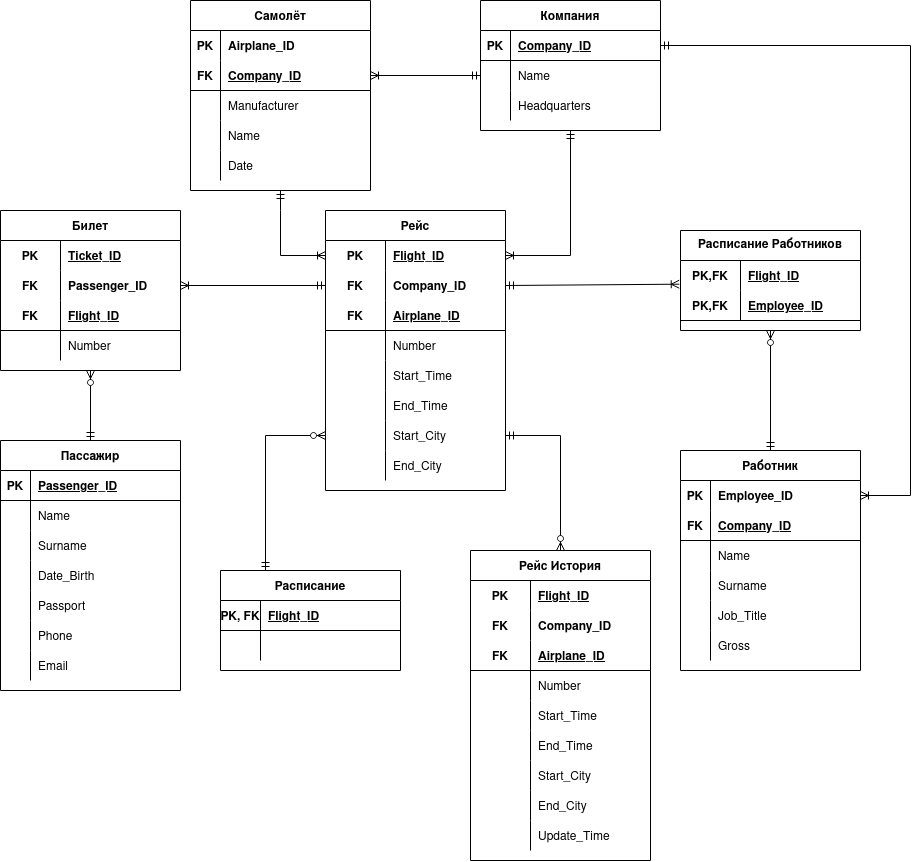
This is 2bc/2bcScheme.png from OFFdevil/HSE3_DATABASES_PROJECT_PLOTNIKOV_DANIIL, a draw.io export, as it was before one commit. Source tidied: cells renumbered, new cells last; positions are measured from the earlier drawing's top-left corner, leaving out a move shared by most shapes.
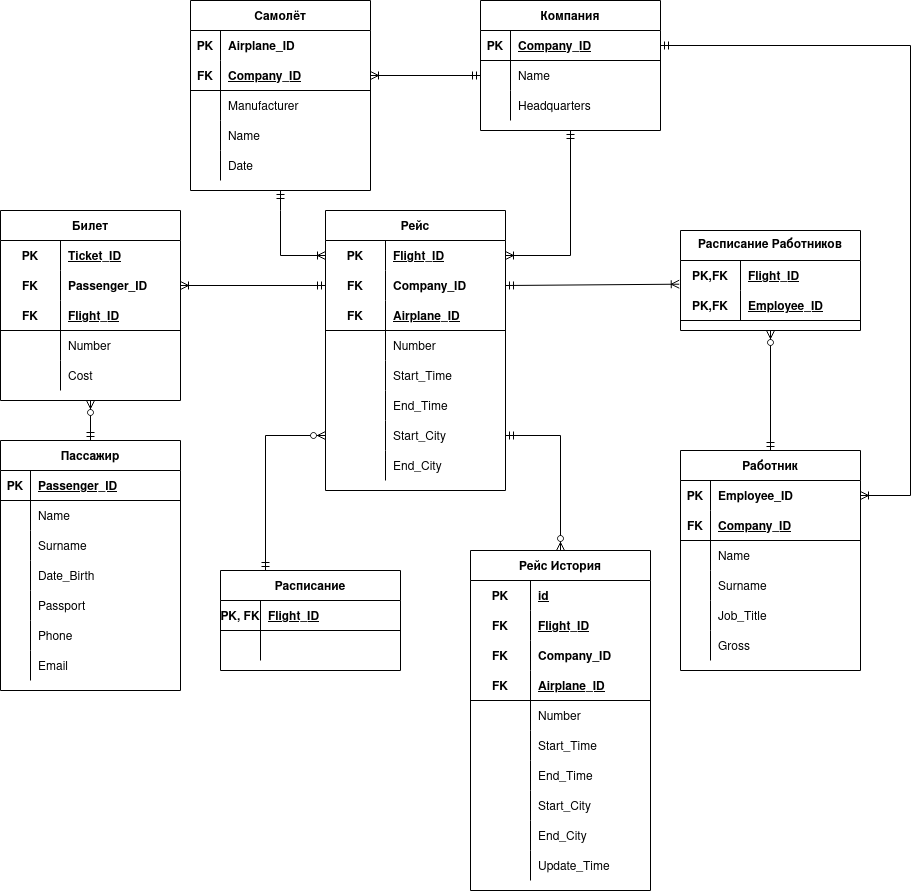
After the change.

Change to the diagram source:
```diff
@@ -78,7 +78,7 @@
       <mxGeometry x="60" width="120" height="30" as="geometry" />
     </mxCell>
     <mxCell id="27" value="Билет" style="shape=table;startSize=30;rowLines=0;fontStyle=1;align=center;" parent="1" vertex="1">
-      <mxGeometry y="210" width="180" height="160" as="geometry" />
+      <mxGeometry y="210" width="180" height="190" as="geometry" />
     </mxCell>
     <mxCell id="28" style="shape=tableRow;horizontal=0;startSize=0;swimlaneHead=0;swimlaneBody=0;fillColor=none;top=0;left=0;right=0;bottom=0;" parent="27" vertex="1">
       <mxGeometry y="30" width="180" height="30" as="geometry" />
@@ -116,6 +116,15 @@
     <mxCell id="39" value="Number" style="shape=partialRectangle;fillColor=none;top=0;left=0;bottom=0;right=0;align=left;spacingLeft=6;overflow=hidden;" parent="37" vertex="1">
       <mxGeometry x="60" width="120" height="30" as="geometry" />
     </mxCell>
+    <mxCell id="159" style="shape=tableRow;horizontal=0;startSize=0;swimlaneHead=0;swimlaneBody=0;fillColor=none;top=0;left=0;right=0;bottom=0;" parent="27" vertex="1">
+      <mxGeometry y="150" width="180" height="30" as="geometry" />
+    </mxCell>
+    <mxCell id="160" style="shape=partialRectangle;fillColor=none;top=0;left=0;bottom=0;right=0;overflow=hidden;" parent="159" vertex="1">
+      <mxGeometry width="60" height="30" as="geometry" />
+    </mxCell>
+    <mxCell id="161" value="Cost" style="shape=partialRectangle;fillColor=none;top=0;left=0;bottom=0;right=0;align=left;spacingLeft=6;overflow=hidden;" parent="159" vertex="1">
+      <mxGeometry x="60" width="120" height="30" as="geometry" />
+    </mxCell>
     <mxCell id="40" value="Пассажир" style="shape=table;startSize=30;rowLines=0;fontStyle=1;align=center;" parent="1" vertex="1">
       <mxGeometry y="440" width="180" height="250" as="geometry" />
     </mxCell>
@@ -398,19 +407,28 @@
       <mxGeometry relative="1" as="geometry" />
     </mxCell>
     <mxCell id="130" value="Рейс История" style="shape=table;startSize=30;rowLines=0;fontStyle=1;align=center;" parent="1" vertex="1">
-      <mxGeometry x="470" y="550" width="180" height="310" as="geometry" />
+      <mxGeometry x="470" y="550" width="180" height="340" as="geometry" />
     </mxCell>
+    <mxCell id="162" style="shape=tableRow;horizontal=0;startSize=0;swimlaneHead=0;swimlaneBody=0;fillColor=none;top=0;left=0;right=0;bottom=0;" parent="130" vertex="1">
+      <mxGeometry y="30" width="180" height="30" as="geometry" />
+    </mxCell>
+    <mxCell id="163" value="PK" style="shape=partialRectangle;fillColor=none;top=0;left=0;bottom=0;right=0;fontStyle=1;overflow=hidden;" parent="162" vertex="1">
+      <mxGeometry width="60" height="30" as="geometry" />
+    </mxCell>
+    <mxCell id="164" value="id" style="shape=partialRectangle;fillColor=none;top=0;left=0;bottom=0;right=0;align=left;spacingLeft=6;fontStyle=5;overflow=hidden;" parent="162" vertex="1">
+      <mxGeometry x="60" width="120" height="30" as="geometry" />
+    </mxCell>
     <mxCell id="131" style="shape=tableRow;horizontal=0;startSize=0;swimlaneHead=0;swimlaneBody=0;fillColor=none;top=0;left=0;right=0;bottom=0;" parent="130" vertex="1">
-      <mxGeometry y="30" width="180" height="30" as="geometry" />
+      <mxGeometry y="60" width="180" height="30" as="geometry" />
     </mxCell>
-    <mxCell id="132" value="PK" style="shape=partialRectangle;fillColor=none;top=0;left=0;bottom=0;right=0;fontStyle=1;overflow=hidden;" parent="131" vertex="1">
+    <mxCell id="132" value="FK" style="shape=partialRectangle;fillColor=none;top=0;left=0;bottom=0;right=0;fontStyle=1;overflow=hidden;" parent="131" vertex="1">
       <mxGeometry width="60" height="30" as="geometry" />
     </mxCell>
     <mxCell id="133" value="Flight_ID" style="shape=partialRectangle;fillColor=none;top=0;left=0;bottom=0;right=0;align=left;spacingLeft=6;fontStyle=5;overflow=hidden;" parent="131" vertex="1">
       <mxGeometry x="60" width="120" height="30" as="geometry" />
     </mxCell>
     <mxCell id="134" style="shape=tableRow;horizontal=0;startSize=0;swimlaneHead=0;swimlaneBody=0;fillColor=none;top=0;left=0;right=0;bottom=0;fontStyle=1;" parent="130" vertex="1">
-      <mxGeometry y="60" width="180" height="30" as="geometry" />
+      <mxGeometry y="90" width="180" height="30" as="geometry" />
     </mxCell>
     <mxCell id="135" value="FK" style="shape=partialRectangle;fillColor=none;top=0;left=0;bottom=0;right=0;overflow=hidden;fontStyle=1;" parent="134" vertex="1">
       <mxGeometry width="60" height="30" as="geometry" />
@@ -419,7 +437,7 @@
       <mxGeometry x="60" width="120" height="30" as="geometry" />
     </mxCell>
     <mxCell id="137" style="shape=tableRow;horizontal=0;startSize=0;swimlaneHead=0;swimlaneBody=0;fillColor=none;top=0;left=0;right=0;bottom=1;" parent="130" vertex="1">
-      <mxGeometry y="90" width="180" height="30" as="geometry" />
+      <mxGeometry y="120" width="180" height="30" as="geometry" />
     </mxCell>
     <mxCell id="138" value="FK" style="shape=partialRectangle;fillColor=none;top=0;left=0;bottom=0;right=0;fontStyle=1;overflow=hidden;" parent="137" vertex="1">
       <mxGeometry width="60" height="30" as="geometry" />
@@ -428,7 +446,7 @@
       <mxGeometry x="60" width="120" height="30" as="geometry" />
     </mxCell>
     <mxCell id="140" style="shape=tableRow;horizontal=0;startSize=0;swimlaneHead=0;swimlaneBody=0;fillColor=none;top=0;left=0;right=0;bottom=0;" parent="130" vertex="1">
-      <mxGeometry y="120" width="180" height="30" as="geometry" />
+      <mxGeometry y="150" width="180" height="30" as="geometry" />
     </mxCell>
     <mxCell id="141" style="shape=partialRectangle;fillColor=none;top=0;left=0;bottom=0;right=0;overflow=hidden;" parent="140" vertex="1">
       <mxGeometry width="60" height="30" as="geometry" />
@@ -437,7 +455,7 @@
       <mxGeometry x="60" width="120" height="30" as="geometry" />
     </mxCell>
     <mxCell id="143" style="shape=tableRow;horizontal=0;startSize=0;swimlaneHead=0;swimlaneBody=0;fillColor=none;top=0;left=0;right=0;bottom=0;" parent="130" vertex="1">
-      <mxGeometry y="150" width="180" height="30" as="geometry" />
+      <mxGeometry y="180" width="180" height="30" as="geometry" />
     </mxCell>
     <mxCell id="144" style="shape=partialRectangle;fillColor=none;top=0;left=0;bottom=0;right=0;overflow=hidden;" parent="143" vertex="1">
       <mxGeometry width="60" height="30" as="geometry" />
@@ -446,7 +464,7 @@
       <mxGeometry x="60" width="120" height="30" as="geometry" />
     </mxCell>
     <mxCell id="146" style="shape=tableRow;horizontal=0;startSize=0;swimlaneHead=0;swimlaneBody=0;fillColor=none;top=0;left=0;right=0;bottom=0;" parent="130" vertex="1">
-      <mxGeometry y="180" width="180" height="30" as="geometry" />
+      <mxGeometry y="210" width="180" height="30" as="geometry" />
     </mxCell>
     <mxCell id="147" style="shape=partialRectangle;fillColor=none;top=0;left=0;bottom=0;right=0;overflow=hidden;" parent="146" vertex="1">
       <mxGeometry width="60" height="30" as="geometry" />
@@ -455,7 +473,7 @@
       <mxGeometry x="60" width="120" height="30" as="geometry" />
     </mxCell>
     <mxCell id="149" style="shape=tableRow;horizontal=0;startSize=0;swimlaneHead=0;swimlaneBody=0;fillColor=none;top=0;left=0;right=0;bottom=0;" parent="130" vertex="1">
-      <mxGeometry y="210" width="180" height="30" as="geometry" />
+      <mxGeometry y="240" width="180" height="30" as="geometry" />
     </mxCell>
     <mxCell id="150" style="shape=partialRectangle;fillColor=none;top=0;left=0;bottom=0;right=0;overflow=hidden;" parent="149" vertex="1">
       <mxGeometry width="60" height="30" as="geometry" />
@@ -464,7 +482,7 @@
       <mxGeometry x="60" width="120" height="30" as="geometry" />
     </mxCell>
     <mxCell id="152" style="shape=tableRow;horizontal=0;startSize=0;swimlaneHead=0;swimlaneBody=0;fillColor=none;top=0;left=0;right=0;bottom=0;" parent="130" vertex="1">
-      <mxGeometry y="240" width="180" height="30" as="geometry" />
+      <mxGeometry y="270" width="180" height="30" as="geometry" />
     </mxCell>
     <mxCell id="153" style="shape=partialRectangle;fillColor=none;top=0;left=0;bottom=0;right=0;overflow=hidden;" parent="152" vertex="1">
       <mxGeometry width="60" height="30" as="geometry" />
@@ -473,7 +491,7 @@
       <mxGeometry x="60" width="120" height="30" as="geometry" />
     </mxCell>
     <mxCell id="155" style="shape=tableRow;horizontal=0;startSize=0;swimlaneHead=0;swimlaneBody=0;fillColor=none;top=0;left=0;right=0;bottom=0;" parent="130" vertex="1">
-      <mxGeometry y="270" width="180" height="30" as="geometry" />
+      <mxGeometry y="300" width="180" height="30" as="geometry" />
     </mxCell>
     <mxCell id="156" style="shape=partialRectangle;fillColor=none;top=0;left=0;bottom=0;right=0;overflow=hidden;" parent="155" vertex="1">
       <mxGeometry width="60" height="30" as="geometry" />
```
